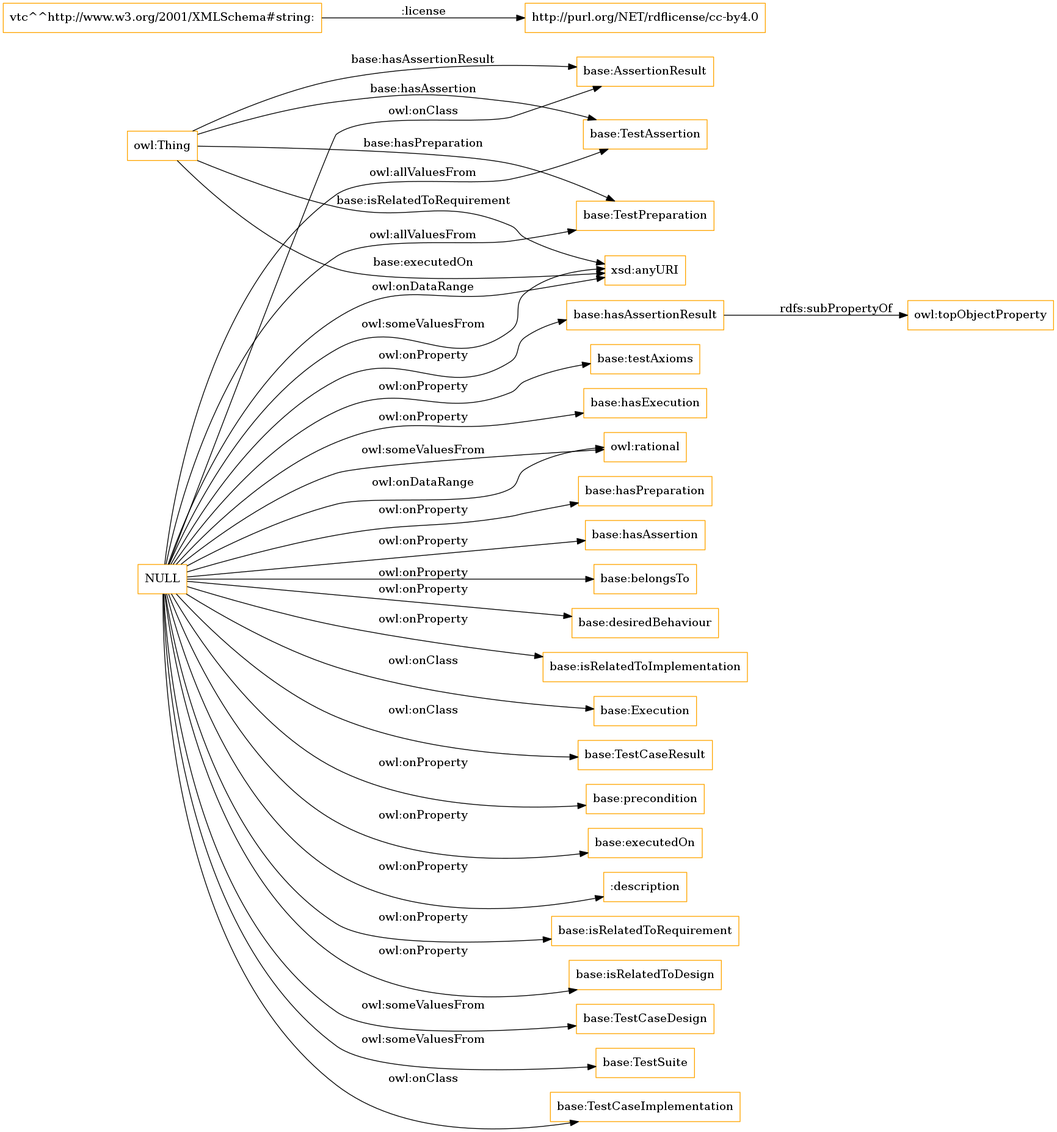
The Graphviz diagram OnToology/ontology/verification-test-description.ttl/diagrams/ar2dtool-class/verification-test-description.ttl.png in albaizq/test-verification-ontology, before a commit. Its source is kept beside it as OnToology/ontology/verification-test-description.ttl/diagrams/ar2dtool-class/verification-test-description.ttl.png.dot.
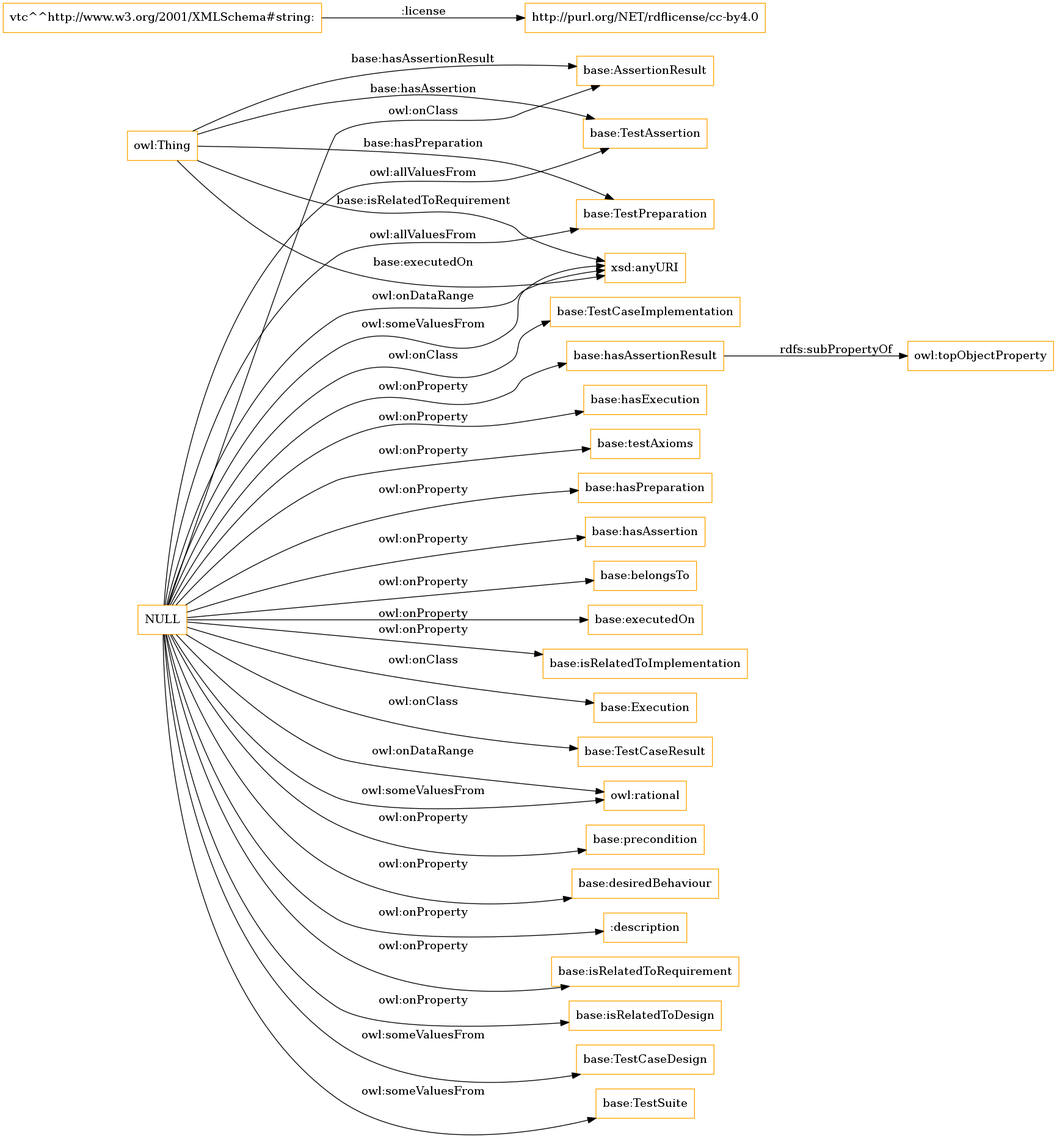
After the change.

Change to the diagram source:
```diff
@@ -6,22 +6,22 @@
 	"NULL" -> "base:Execution" [ label = "owl:onClass" ];
 	"NULL" -> "base:TestCaseResult" [ label = "owl:onClass" ];
 	"NULL" -> "base:TestPreparation" [ label = "owl:allValuesFrom" ];
+	"NULL" -> "base:hasExecution" [ label = "owl:onProperty" ];
 	"NULL" -> "base:testAxioms" [ label = "owl:onProperty" ];
-	"NULL" -> "base:hasExecution" [ label = "owl:onProperty" ];
+	"NULL" -> "base:hasPreparation" [ label = "owl:onProperty" ];
 	"NULL" -> "owl:rational" [ label = "owl:someValuesFrom" ];
-	"NULL" -> "base:hasPreparation" [ label = "owl:onProperty" ];
+	"NULL" -> "xsd:anyURI" [ label = "owl:someValuesFrom" ];
 	"NULL" -> "base:TestCaseImplementation" [ label = "owl:onClass" ];
-	"NULL" -> "xsd:anyURI" [ label = "owl:someValuesFrom" ];
 	"NULL" -> "owl:rational" [ label = "owl:onDataRange" ];
 	"NULL" -> "base:hasAssertion" [ label = "owl:onProperty" ];
 	"NULL" -> "base:TestCaseDesign" [ label = "owl:someValuesFrom" ];
+	"NULL" -> "base:AssertionResult" [ label = "owl:onClass" ];
 	"NULL" -> "base:belongsTo" [ label = "owl:onProperty" ];
-	"NULL" -> "base:AssertionResult" [ label = "owl:onClass" ];
-	"NULL" -> "base:desiredBehaviour" [ label = "owl:onProperty" ];
+	"NULL" -> "base:executedOn" [ label = "owl:onProperty" ];
 	"NULL" -> "base:isRelatedToImplementation" [ label = "owl:onProperty" ];
 	"NULL" -> "base:precondition" [ label = "owl:onProperty" ];
+	"NULL" -> "base:desiredBehaviour" [ label = "owl:onProperty" ];
 	"NULL" -> "base:TestAssertion" [ label = "owl:allValuesFrom" ];
-	"NULL" -> "base:executedOn" [ label = "owl:onProperty" ];
 	"NULL" -> ":description" [ label = "owl:onProperty" ];
 	"NULL" -> "base:hasAssertionResult" [ label = "owl:onProperty" ];
 	"NULL" -> "base:isRelatedToRequirement" [ label = "owl:onProperty" ];
```
